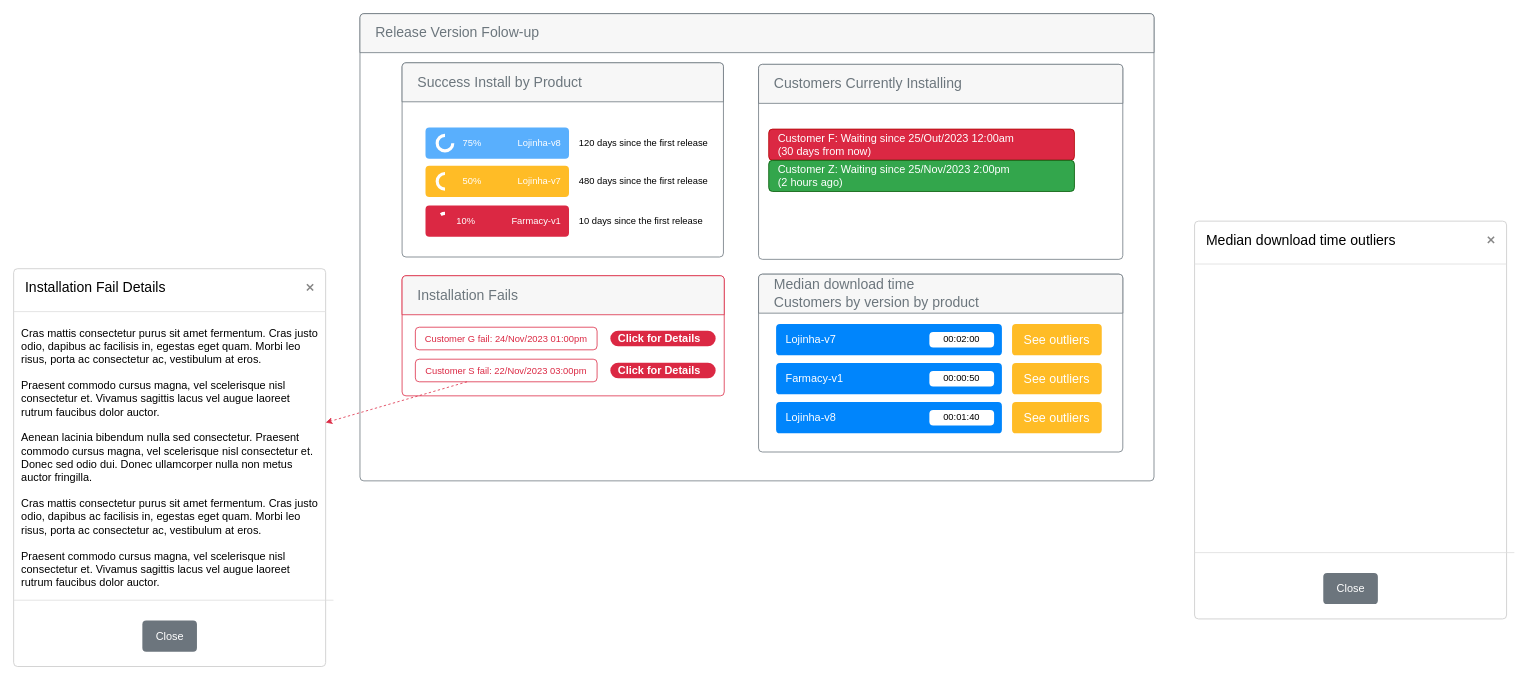
Before: page "Release Version FUP" (4 of 6) of docs/release-manager.drawio in release-manager-2023/concurso-intersystems-2023, a draw.io diagram. Source tidied: cells renumbered, new cells numbered last; positions are measured from the earlier drawing's top-left corner, leaving out a move shared by most shapes. Both pictures are drawn from the tidied source at 78%, with x=0, y=0 at pixel (13, 13).
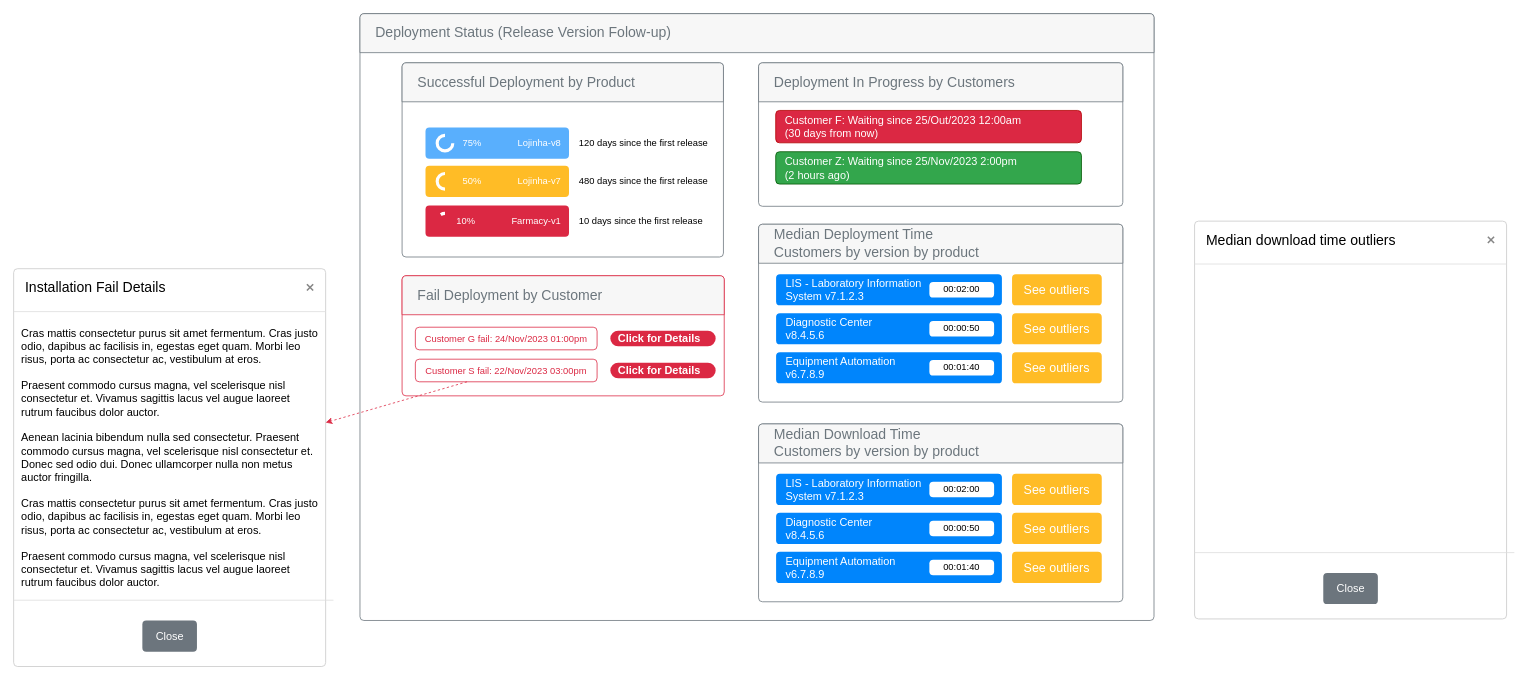
After the change.

Commit message (it also covers changes not shown here):
US-010: Notify Installation Status

Unchanged cells that the change refers to:
```xml
<mxCell id="4" style="html=1;shadow=0;dashed=0;shape=mxgraph.bootstrap.rrect;rSize=5;strokeColor=#6C767D;html=1;whiteSpace=wrap;fillColor=#ffffff;fontColor=#6C767D;verticalAlign=bottom;align=left;spacing=20;spacingBottom=0;fontSize=14;" parent="2" vertex="1">
  <mxGeometry x="54" y="63" width="412" height="249" as="geometry" />
</mxCell>
<mxCell id="19" style="html=1;shadow=0;dashed=0;shape=mxgraph.bootstrap.rrect;rSize=5;strokeColor=#DB2843;html=1;whiteSpace=wrap;fillColor=#ffffff;fontColor=#DB2843;verticalAlign=bottom;align=left;spacing=20;spacingBottom=0;fontSize=14;" parent="2" vertex="1">
  <mxGeometry x="54" y="336" width="413" height="154" as="geometry" />
</mxCell>
```

What changed in the source:
```diff
@@
     <mxCell id="2" style="html=1;shadow=0;dashed=0;shape=mxgraph.bootstrap.rrect;rSize=5;strokeColor=#6C767D;html=1;whiteSpace=wrap;fillColor=#ffffff;fontColor=#212529;verticalAlign=bottom;align=left;spacing=20;spacingBottom=0;fontSize=14;" parent="1" vertex="1">
-      <mxGeometry x="444" width="1018" height="599" as="geometry" />
+      <mxGeometry x="444" width="1018" height="778" as="geometry" />
     </mxCell>
-    <mxCell id="3" value="Release Version Folow-up" style="html=1;shadow=0;dashed=0;shape=mxgraph.bootstrap.topButton;rSize=5;perimeter=none;whiteSpace=wrap;fillColor=#F7F7F7;strokeColor=#6C767D;fontColor=#6C767D;fontSize=18;align=left;spacing=20;" parent="2" vertex="1">
+    <mxCell id="3" value="Deployment Status (Release Version Folow-up)" style="html=1;shadow=0;dashed=0;shape=mxgraph.bootstrap.topButton;rSize=5;perimeter=none;whiteSpace=wrap;fillColor=#F7F7F7;strokeColor=#6C767D;fontColor=#6C767D;fontSize=18;align=left;spacing=20;" parent="2" vertex="1">
       <mxGeometry width="1018" height="50" relative="1" as="geometry" />
     </mxCell>
@@
-    <mxCell id="5" value="Success Install by Product" style="html=1;shadow=0;dashed=0;shape=mxgraph.bootstrap.topButton;rSize=5;perimeter=none;whiteSpace=wrap;fillColor=#F7F7F7;strokeColor=#6C767D;fontColor=#6C767D;fontSize=18;align=left;spacing=20;" parent="4" vertex="1">
+    <mxCell id="5" value="Successful Deployment by Product" style="html=1;shadow=0;dashed=0;shape=mxgraph.bootstrap.topButton;rSize=5;perimeter=none;whiteSpace=wrap;fillColor=#F7F7F7;strokeColor=#6C767D;fontColor=#6C767D;fontSize=18;align=left;spacing=20;" parent="4" vertex="1">
       <mxGeometry width="412" height="50" relative="1" as="geometry" />
     </mxCell>
@@
     <mxCell id="15" style="html=1;shadow=0;dashed=0;shape=mxgraph.bootstrap.rrect;rSize=5;strokeColor=#6C767D;html=1;whiteSpace=wrap;fillColor=#ffffff;fontColor=#212529;verticalAlign=bottom;align=left;spacing=20;spacingBottom=0;fontSize=14;" parent="2" vertex="1">
-      <mxGeometry x="511" y="65" width="467" height="250" as="geometry" />
+      <mxGeometry x="511" y="63" width="467" height="184" as="geometry" />
     </mxCell>
-    <mxCell id="16" value="Customers Currently Installing" style="html=1;shadow=0;dashed=0;shape=mxgraph.bootstrap.topButton;rSize=5;perimeter=none;whiteSpace=wrap;fillColor=#F7F7F7;strokeColor=#6C767D;fontColor=#6C767D;fontSize=18;align=left;spacing=20;" parent="15" vertex="1">
+    <mxCell id="16" value="Deployment In Progress by Customers" style="html=1;shadow=0;dashed=0;shape=mxgraph.bootstrap.topButton;rSize=5;perimeter=none;whiteSpace=wrap;fillColor=#F7F7F7;strokeColor=#6C767D;fontColor=#6C767D;fontSize=18;align=left;spacing=20;" parent="15" vertex="1">
       <mxGeometry width="467" height="50" relative="1" as="geometry" />
     </mxCell>
     <mxCell id="17" value="Customer F: Waiting since 25/Out/2023 12:00am&lt;br&gt;(30 days from now)" style="html=1;shadow=0;dashed=0;shape=mxgraph.bootstrap.rrect;rSize=5;strokeColor=#B20000;strokeWidth=1;fillColor=#DB2843;whiteSpace=wrap;align=left;verticalAlign=middle;spacingLeft=10;fontSize=14;fontColor=#ffffff;" parent="15" vertex="1">
-      <mxGeometry x="13" y="83" width="392" height="40" as="geometry" />
+      <mxGeometry x="22" y="61.1" width="392" height="41.5" as="geometry" />
     </mxCell>
     <mxCell id="18" value="Customer Z: Waiting since 25/Nov/2023 2:00pm&lt;br&gt;(2 hours ago)" style="html=1;shadow=0;dashed=0;shape=mxgraph.bootstrap.rrect;rSize=5;strokeColor=#005700;strokeWidth=1;fillColor=#33A64C;fontColor=#ffffff;whiteSpace=wrap;align=left;verticalAlign=middle;spacingLeft=10;fontSize=14;" parent="15" vertex="1">
-      <mxGeometry x="13" y="123" width="392" height="40" as="geometry" />
+      <mxGeometry x="22" y="114" width="392" height="41.5" as="geometry" />
     </mxCell>
@@
-    <mxCell id="20" value="Installation Fails" style="html=1;shadow=0;dashed=0;shape=mxgraph.bootstrap.topButton;rSize=5;perimeter=none;whiteSpace=wrap;fillColor=#F7F7F7;strokeColor=#DB2843;fontColor=#6C767D;fontSize=18;align=left;spacing=20;" parent="19" vertex="1">
+    <mxCell id="20" value="Fail Deployment by Customer" style="html=1;shadow=0;dashed=0;shape=mxgraph.bootstrap.topButton;rSize=5;perimeter=none;whiteSpace=wrap;fillColor=#F7F7F7;strokeColor=#DB2843;fontColor=#6C767D;fontSize=18;align=left;spacing=20;" parent="19" vertex="1">
       <mxGeometry width="413" height="50" relative="1" as="geometry" />
     </mxCell>
@@
     <mxCell id="25" style="html=1;shadow=0;dashed=0;shape=mxgraph.bootstrap.rrect;rSize=5;strokeColor=#6C767D;html=1;whiteSpace=wrap;fillColor=#ffffff;fontColor=#212529;verticalAlign=bottom;align=left;spacing=20;spacingBottom=0;fontSize=14;" parent="2" vertex="1">
-      <mxGeometry x="511" y="334" width="467" height="228" as="geometry" />
+      <mxGeometry x="511" y="270" width="467" height="228" as="geometry" />
     </mxCell>
-    <mxCell id="26" value="Median download time &lt;br&gt;Customers by version by product" style="html=1;shadow=0;dashed=0;shape=mxgraph.bootstrap.topButton;rSize=5;perimeter=none;whiteSpace=wrap;fillColor=#F7F7F7;strokeColor=#6C767D;fontColor=#6C767D;fontSize=18;align=left;spacing=20;" parent="25" vertex="1">
+    <mxCell id="26" value="Median Deployment Time &lt;br&gt;Customers by version by product" style="html=1;shadow=0;dashed=0;shape=mxgraph.bootstrap.topButton;rSize=5;perimeter=none;whiteSpace=wrap;fillColor=#F7F7F7;strokeColor=#6C767D;fontColor=#6C767D;fontSize=18;align=left;spacing=20;" parent="25" vertex="1">
       <mxGeometry width="467" height="50" relative="1" as="geometry" />
     </mxCell>
@@
-    <mxCell id="29" value="Lojinha-v7" style="html=1;shadow=0;dashed=0;shape=mxgraph.bootstrap.rrect;rSize=5;strokeColor=none;strokeWidth=1;fillColor=#0085FC;fontColor=#FFFFFF;whiteSpace=wrap;align=left;verticalAlign=middle;spacingLeft=10;fontStyle=0;fontSize=14;" parent="25" vertex="1">
+    <mxCell id="29" value="LIS - Laboratory Information System v7.1.2.3" style="html=1;shadow=0;dashed=0;shape=mxgraph.bootstrap.rrect;rSize=5;strokeColor=none;strokeWidth=1;fillColor=#0085FC;fontColor=#FFFFFF;whiteSpace=wrap;align=left;verticalAlign=middle;spacingLeft=10;fontStyle=0;fontSize=14;spacingRight=100;" parent="25" vertex="1">
       <mxGeometry x="22.5" y="64" width="289.5" height="40" as="geometry" />
     </mxCell>
@@
-    <mxCell id="31" value="Farmacy-v1" style="html=1;shadow=0;dashed=0;shape=mxgraph.bootstrap.rrect;rSize=5;strokeColor=none;strokeWidth=1;fillColor=#0085FC;fontColor=#FFFFFF;whiteSpace=wrap;align=left;verticalAlign=middle;spacingLeft=10;fontStyle=0;fontSize=14;" parent="25" vertex="1">
+    <mxCell id="31" value="Diagnostic Center&lt;br&gt;v8.4.5.6&lt;span style=&quot;padding: 0px 0px 0px 2px;&quot;&gt;&lt;/span&gt;&lt;span style=&quot;padding: 0px 0px 0px 2px;&quot;&gt;&lt;/span&gt;&lt;span style=&quot;padding: 0px 0px 0px 2px;&quot;&gt;&lt;/span&gt;" style="html=1;shadow=0;dashed=0;shape=mxgraph.bootstrap.rrect;rSize=5;strokeColor=none;strokeWidth=1;fillColor=#0085FC;fontColor=#FFFFFF;whiteSpace=wrap;align=left;verticalAlign=middle;spacingLeft=10;fontStyle=0;fontSize=14;" parent="25" vertex="1">
       <mxGeometry x="22.5" y="114" width="289.5" height="40" as="geometry" />
     </mxCell>
@@
-    <mxCell id="33" value="Lojinha-v8" style="html=1;shadow=0;dashed=0;shape=mxgraph.bootstrap.rrect;rSize=5;strokeColor=none;strokeWidth=1;fillColor=#0085FC;fontColor=#FFFFFF;whiteSpace=wrap;align=left;verticalAlign=middle;spacingLeft=10;fontStyle=0;fontSize=14;" parent="25" vertex="1">
+    <mxCell id="33" value="Equipment Automation&lt;br&gt;v6.7.8.9" style="html=1;shadow=0;dashed=0;shape=mxgraph.bootstrap.rrect;rSize=5;strokeColor=none;strokeWidth=1;fillColor=#0085FC;fontColor=#FFFFFF;whiteSpace=wrap;align=left;verticalAlign=middle;spacingLeft=10;fontStyle=0;fontSize=14;" parent="25" vertex="1">
       <mxGeometry x="22.5" y="164" width="289.5" height="40" as="geometry" />
     </mxCell>
@@
+    <mxCell id="48" style="html=1;shadow=0;dashed=0;shape=mxgraph.bootstrap.rrect;rSize=5;strokeColor=#6C767D;html=1;whiteSpace=wrap;fillColor=#ffffff;fontColor=#212529;verticalAlign=bottom;align=left;spacing=20;spacingBottom=0;fontSize=14;" parent="2" vertex="1">
+      <mxGeometry x="511" y="526" width="467" height="228" as="geometry" />
+    </mxCell>
+    <mxCell id="49" value="Median Download Time &lt;br&gt;Customers by version by product" style="html=1;shadow=0;dashed=0;shape=mxgraph.bootstrap.topButton;rSize=5;perimeter=none;whiteSpace=wrap;fillColor=#F7F7F7;strokeColor=#6C767D;fontColor=#6C767D;fontSize=18;align=left;spacing=20;" parent="48" vertex="1">
+      <mxGeometry width="467" height="50" relative="1" as="geometry" />
+    </mxCell>
+    <mxCell id="50" value="See outliers" style="html=1;shadow=0;dashed=0;shape=mxgraph.bootstrap.rrect;rSize=5;strokeColor=none;strokeWidth=1;fillColor=#FFBC26;fontColor=#FFFFFF;whiteSpace=wrap;align=center;verticalAlign=middle;spacingLeft=0;fontStyle=0;fontSize=16;spacing=5;" parent="48" vertex="1">
+      <mxGeometry x="325" y="64" width="115" height="40" as="geometry" />
+    </mxCell>
+    <mxCell id="51" value="See outliers" style="html=1;shadow=0;dashed=0;shape=mxgraph.bootstrap.rrect;rSize=5;strokeColor=none;strokeWidth=1;fillColor=#FFBC26;fontColor=#FFFFFF;whiteSpace=wrap;align=center;verticalAlign=middle;spacingLeft=0;fontStyle=0;fontSize=16;spacing=5;" parent="48" vertex="1">
+      <mxGeometry x="325" y="114" width="115" height="40" as="geometry" />
+    </mxCell>
+    <mxCell id="52" value="LIS - Laboratory Information System v7.1.2.3" style="html=1;shadow=0;dashed=0;shape=mxgraph.bootstrap.rrect;rSize=5;strokeColor=none;strokeWidth=1;fillColor=#0085FC;fontColor=#FFFFFF;whiteSpace=wrap;align=left;verticalAlign=middle;spacingLeft=10;fontStyle=0;fontSize=14;spacingRight=100;" parent="48" vertex="1">
+      <mxGeometry x="22.5" y="64" width="289.5" height="40" as="geometry" />
+    </mxCell>
+    <mxCell id="53" value="00:02:00" style="html=1;shadow=0;dashed=0;shape=mxgraph.bootstrap.rrect;rSize=5;strokeColor=none;strokeWidth=1;fillColor=#ffffff;fontColor=#000000;whiteSpace=wrap;align=center;verticalAlign=middle;fontSize=12;" parent="52" vertex="1">
+      <mxGeometry x="1" y="0.5" width="83" height="20" relative="1" as="geometry">
+        <mxPoint x="-93" y="-10" as="offset" />
+      </mxGeometry>
+    </mxCell>
+    <mxCell id="54" value="Diagnostic Center&lt;br&gt;v8.4.5.6&lt;span style=&quot;padding: 0px 0px 0px 2px;&quot;&gt;&lt;/span&gt;&lt;span style=&quot;padding: 0px 0px 0px 2px;&quot;&gt;&lt;/span&gt;&lt;span style=&quot;padding: 0px 0px 0px 2px;&quot;&gt;&lt;/span&gt;" style="html=1;shadow=0;dashed=0;shape=mxgraph.bootstrap.rrect;rSize=5;strokeColor=none;strokeWidth=1;fillColor=#0085FC;fontColor=#FFFFFF;whiteSpace=wrap;align=left;verticalAlign=middle;spacingLeft=10;fontStyle=0;fontSize=14;" parent="48" vertex="1">
+      <mxGeometry x="22.5" y="114" width="289.5" height="40" as="geometry" />
+    </mxCell>
+    <mxCell id="55" value="00:00:50" style="html=1;shadow=0;dashed=0;shape=mxgraph.bootstrap.rrect;rSize=5;strokeColor=none;strokeWidth=1;fillColor=#ffffff;fontColor=#000000;whiteSpace=wrap;align=center;verticalAlign=middle;fontSize=12;" parent="54" vertex="1">
+      <mxGeometry x="1" y="0.5" width="83" height="20" relative="1" as="geometry">
+        <mxPoint x="-93" y="-10" as="offset" />
+      </mxGeometry>
+    </mxCell>
+    <mxCell id="56" value="Equipment Automation&lt;br&gt;v6.7.8.9" style="html=1;shadow=0;dashed=0;shape=mxgraph.bootstrap.rrect;rSize=5;strokeColor=none;strokeWidth=1;fillColor=#0085FC;fontColor=#FFFFFF;whiteSpace=wrap;align=left;verticalAlign=middle;spacingLeft=10;fontStyle=0;fontSize=14;" parent="48" vertex="1">
+      <mxGeometry x="22.5" y="164" width="289.5" height="40" as="geometry" />
+    </mxCell>
+    <mxCell id="57" value="00:01:40" style="html=1;shadow=0;dashed=0;shape=mxgraph.bootstrap.rrect;rSize=5;strokeColor=none;strokeWidth=1;fillColor=#ffffff;fontColor=#000000;whiteSpace=wrap;align=center;verticalAlign=middle;fontSize=12;" parent="56" vertex="1">
+      <mxGeometry x="1" y="0.5" width="83" height="20" relative="1" as="geometry">
+        <mxPoint x="-93" y="-10" as="offset" />
+      </mxGeometry>
+    </mxCell>
+    <mxCell id="58" value="See outliers" style="html=1;shadow=0;dashed=0;shape=mxgraph.bootstrap.rrect;rSize=5;strokeColor=none;strokeWidth=1;fillColor=#FFBC26;fontColor=#FFFFFF;whiteSpace=wrap;align=center;verticalAlign=middle;spacingLeft=0;fontStyle=0;fontSize=16;spacing=5;" parent="48" vertex="1">
+      <mxGeometry x="325" y="164" width="115" height="40" as="geometry" />
+    </mxCell>
```
